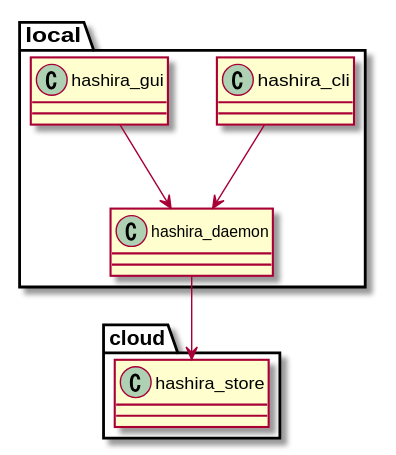
This is docs/uml/modules.svg from pankona/hashira, a PlantUML export, as it was before one commit.
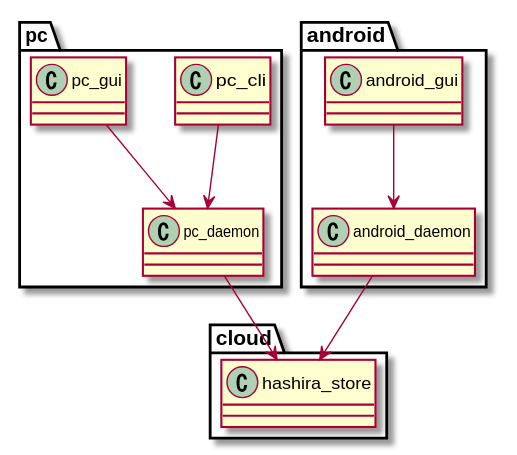
The same file after the commit.

Commit message:
update module diagram to introduce android package

The edit, as a diff of the source:
```diff
@@ -1,11 +1,18 @@
 @startuml
 
-package local {
-    class hashira_cli {
+package pc {
+    class pc_cli {
     }
-    class hashira_gui {
+    class pc_gui {
     }
-    class hashira_daemon {
+    class pc_daemon {
+    }
+}
+
+package android {
+    class android_gui {
+    }
+    class android_daemon {
     }
 }
 
@@ -14,8 +21,11 @@
     }
 }
 
-hashira_cli --> hashira_daemon
-hashira_gui --> hashira_daemon
-hashira_daemon --> hashira_store
+pc_cli    --> pc_daemon
+pc_gui    --> pc_daemon
+pc_daemon --> hashira_store
+
+android_gui    --> android_daemon
+android_daemon --> hashira_store
 
 @enduml
```
